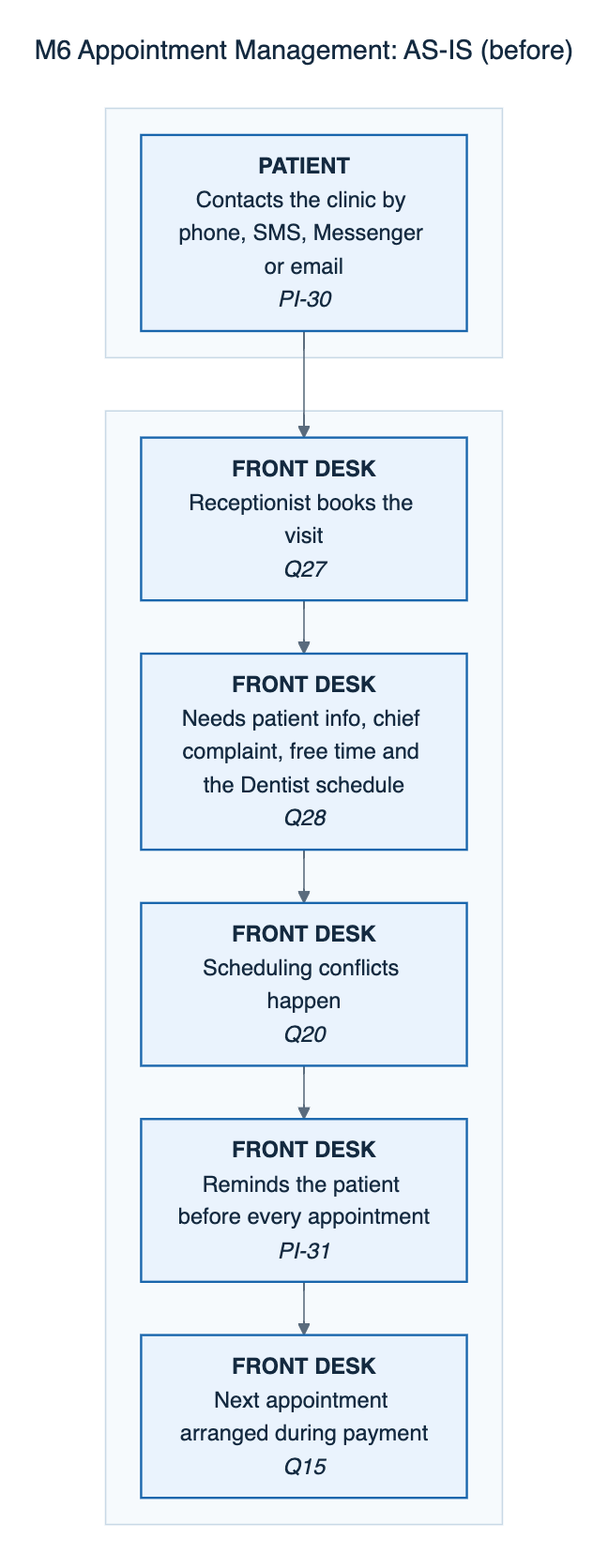
Earlier version of the Mermaid export docs/defense/diagrams/png/M6-appointment-management-as-is.png (0phem/multibranch-dental-clinic). Its source is kept beside it as docs/defense/diagrams/M6-appointment-management-as-is.mmd.
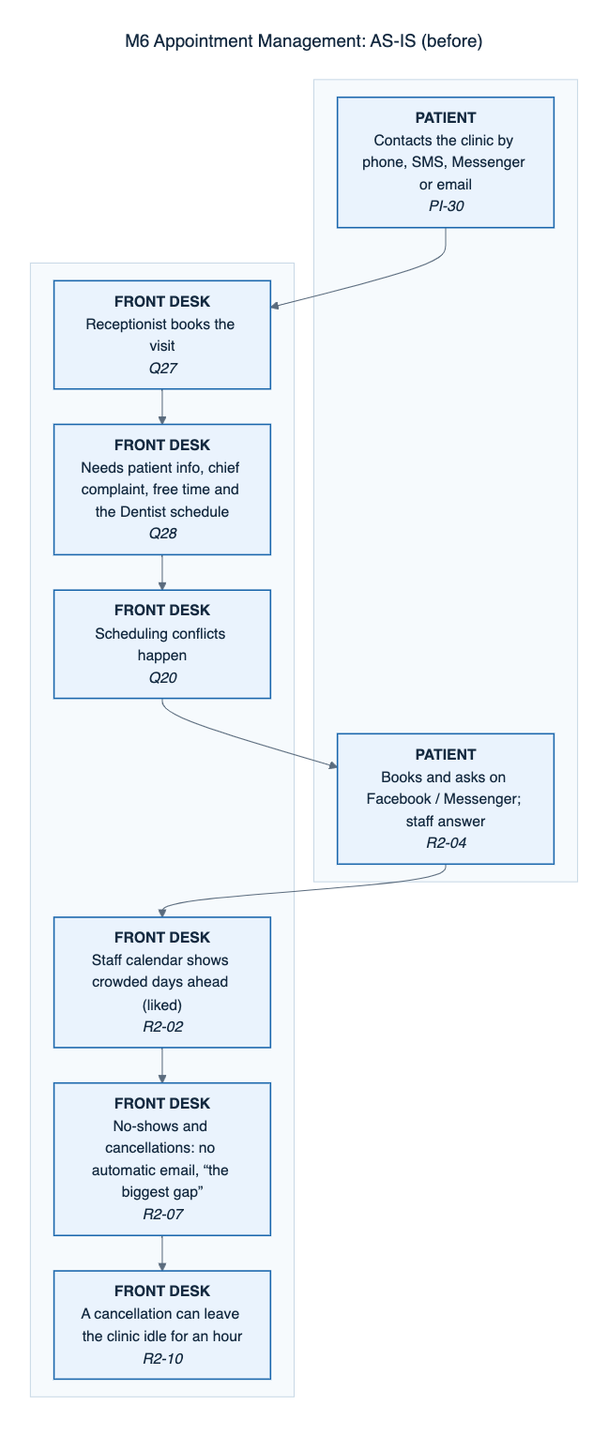
After the change.

Change to the diagram source:
```diff
@@ -5,20 +5,24 @@
     subgraph L0[" "]
     direction LR
       S0["<b>PATIENT</b><br/>Contacts the clinic by phone, SMS, Messenger or email<br/><i>PI-30</i>"]:::cited
+      S4["<b>PATIENT</b><br/>Books and asks on Facebook / Messenger; staff answer<br/><i>R2-04</i>"]:::cited
     end
     subgraph L1[" "]
     direction LR
       S1["<b>FRONT DESK</b><br/>Receptionist books the visit<br/><i>Q27</i>"]:::cited
       S2["<b>FRONT DESK</b><br/>Needs patient info, chief complaint, free time and the Dentist schedule<br/><i>Q28</i>"]:::cited
       S3["<b>FRONT DESK</b><br/>Scheduling conflicts happen<br/><i>Q20</i>"]:::cited
-      S4["<b>FRONT DESK</b><br/>Reminds the patient before every appointment<br/><i>PI-31</i>"]:::cited
-      S5["<b>FRONT DESK</b><br/>Next appointment arranged during payment<br/><i>Q15</i>"]:::cited
+      S5["<b>FRONT DESK</b><br/>Staff calendar shows crowded days ahead (liked)<br/><i>R2-02</i>"]:::cited
+      S6["<b>FRONT DESK</b><br/>No-shows and cancellations: no automatic email, “the biggest gap”<br/><i>R2-07</i>"]:::cited
+      S7["<b>FRONT DESK</b><br/>A cancellation can leave the clinic idle for an hour<br/><i>R2-10</i>"]:::cited
     end
     S0 --> S1
     S1 --> S2
     S2 --> S3
     S3 --> S4
     S4 --> S5
+    S5 --> S6
+    S6 --> S7
     classDef cited fill:#eaf3fd,stroke:#1865ac,color:#142a40,stroke-width:1.5px
     classDef confirm fill:#fffaf0,stroke:#b26a00,color:#5e3c00,stroke-width:1.5px,stroke-dasharray:6 4
     classDef auto fill:#e6f5ee,stroke:#0c7f75,color:#0f3d33,stroke-width:1.5px
```
